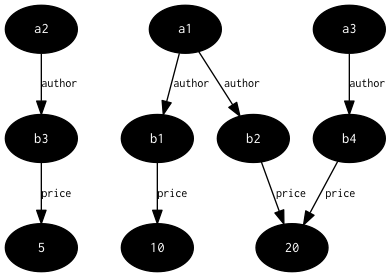
Earlier version of the Graphviz export assets/aggregates.png (thi-ng/trio). Its source is kept beside it as assets/aggregates.dot.
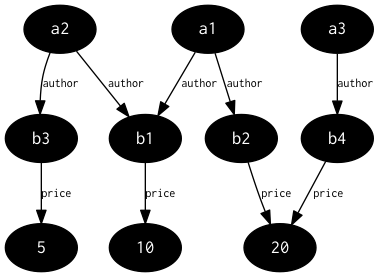
The same file after the commit.

Commit message:
major refactoring of qvar projection & adding support for non-group aggregates, add more docs & examples, change ORG ordering, rename :with query option into :values, rename :having into :filter

Change to the diagram source:
```diff
@@ -1,11 +1,12 @@
 digraph G {
-node[color="black",style="filled",fontname="Inconsolata",fontcolor="white",fontsize=11];
-edge[fontname="Inconsolata",fontsize=9];
+node[color="black",style="filled",fontname="Inconsolata",fontcolor="white"];
+edge[fontname="Inconsolata",fontsize="9"];
 "b3" -> "5" [label="price"];
 "b4" -> "20" [label="price"];
 "b2" -> "20" [label="price"];
 "b1" -> "10" [label="price"];
 "a3" -> "b4" [label="author"];
+"a2" -> "b1" [label="author"];
 "a2" -> "b3" [label="author"];
 "a1" -> "b2" [label="author"];
 "a1" -> "b1" [label="author"];
```
